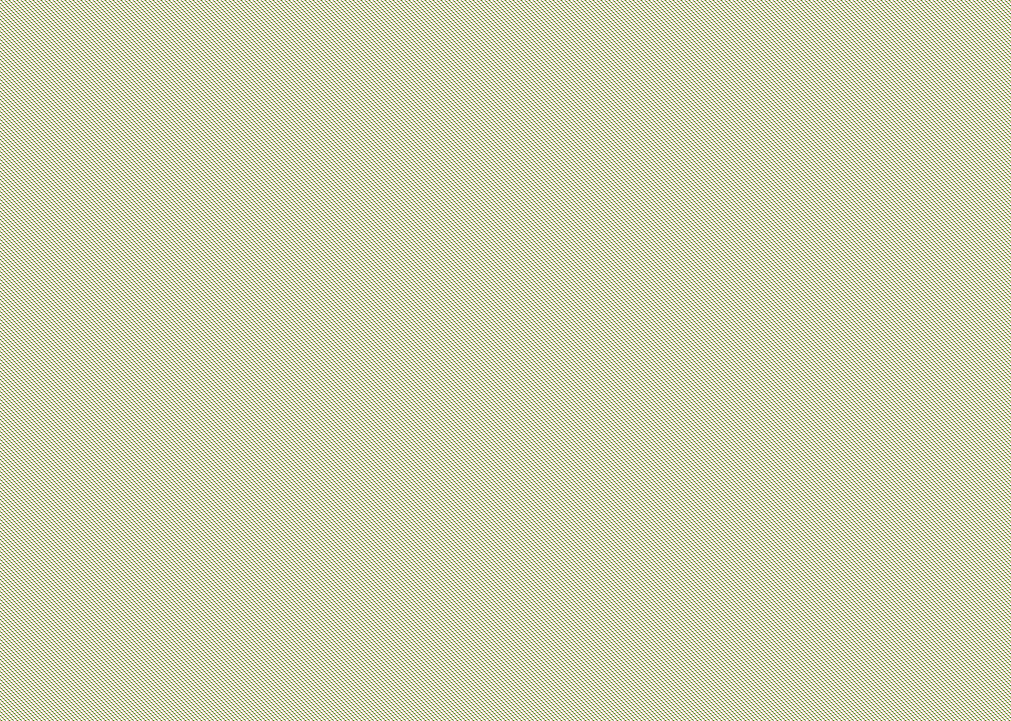
The draw.io diagram images/db_b_eer.png in gekkowrld/misc, before a commit. Source tidied: cells renumbered, new cells last; positions are measured from the earlier drawing's top-left corner, leaving out a move shared by most shapes.
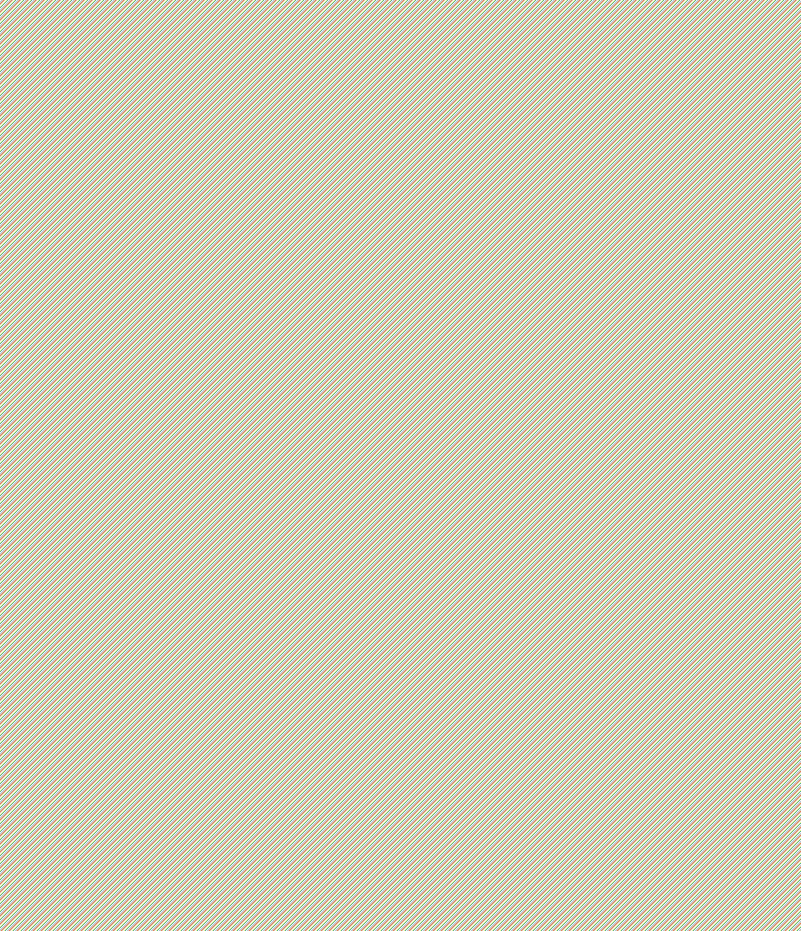
After the change.

The edit, as a diff of the source:
```diff
@@ -2,83 +2,83 @@
   <root>
     <mxCell id="0" />
     <mxCell id="1" parent="0" />
-    <mxCell id="2" value="pontoon" style="whiteSpace=wrap;html=1;align=center;" parent="1" vertex="1">
-      <mxGeometry x="40" y="230" width="100" height="40" as="geometry" />
+    <mxCell id="2" value="pontoon" style="whiteSpace=wrap;html=1;align=center;rounded=0;" parent="1" vertex="1">
+      <mxGeometry x="30" y="20" width="100" height="40" as="geometry" />
     </mxCell>
-    <mxCell id="3" value="skiff" style="whiteSpace=wrap;html=1;align=center;" parent="1" vertex="1">
-      <mxGeometry x="240" y="230" width="100" height="40" as="geometry" />
+    <mxCell id="3" value="skiff" style="whiteSpace=wrap;html=1;align=center;rounded=0;" parent="1" vertex="1">
+      <mxGeometry x="190" y="20" width="100" height="40" as="geometry" />
     </mxCell>
-    <mxCell id="4" value="Jet Ski" style="whiteSpace=wrap;html=1;align=center;" parent="1" vertex="1">
-      <mxGeometry x="530" y="230" width="100" height="40" as="geometry" />
+    <mxCell id="4" value="Jet Ski" style="whiteSpace=wrap;html=1;align=center;rounded=0;" parent="1" vertex="1">
+      <mxGeometry x="390" y="20" width="100" height="40" as="geometry" />
     </mxCell>
-    <mxCell id="5" value="Registration Number" style="ellipse;whiteSpace=wrap;html=1;align=center;" parent="1" vertex="1">
-      <mxGeometry x="340" width="100" height="40" as="geometry" />
+    <mxCell id="5" value="Registration Number" style="ellipse;whiteSpace=wrap;html=1;align=center;rounded=0;" parent="1" vertex="1">
+      <mxGeometry x="230" y="-170" width="100" height="40" as="geometry" />
     </mxCell>
-    <mxCell id="6" value="Capacity" style="ellipse;whiteSpace=wrap;html=1;align=center;" parent="1" vertex="1">
-      <mxGeometry y="360" width="100" height="40" as="geometry" />
+    <mxCell id="6" value="Capacity" style="ellipse;whiteSpace=wrap;html=1;align=center;rounded=0;" parent="1" vertex="1">
+      <mxGeometry x="20" y="190" width="100" height="40" as="geometry" />
     </mxCell>
-    <mxCell id="7" value="Manufacturer" style="ellipse;whiteSpace=wrap;html=1;align=center;" parent="1" vertex="1">
-      <mxGeometry x="190" y="310" width="100" height="40" as="geometry" />
+    <mxCell id="7" value="Manufacturer" style="ellipse;whiteSpace=wrap;html=1;align=center;rounded=0;" parent="1" vertex="1">
+      <mxGeometry x="270" y="130" width="100" height="40" as="geometry" />
     </mxCell>
-    <mxCell id="8" value="Name" style="ellipse;whiteSpace=wrap;html=1;align=center;" parent="1" vertex="1">
-      <mxGeometry x="160" y="20" width="100" height="40" as="geometry" />
+    <mxCell id="8" value="Name" style="ellipse;whiteSpace=wrap;html=1;align=center;rounded=0;" parent="1" vertex="1">
+      <mxGeometry x="20" y="-170" width="100" height="40" as="geometry" />
     </mxCell>
-    <mxCell id="9" value="Age of Jet Ski" style="ellipse;whiteSpace=wrap;html=1;align=center;dashed=1;" parent="1" vertex="1">
-      <mxGeometry x="340" y="290" width="100" height="40" as="geometry" />
+    <mxCell id="9" value="Age of Jet Ski" style="ellipse;whiteSpace=wrap;html=1;align=center;dashed=1;rounded=0;" parent="1" vertex="1">
+      <mxGeometry x="670" y="20" width="100" height="40" as="geometry" />
     </mxCell>
-    <mxCell id="10" value="Equipments" style="shape=ext;margin=3;double=1;whiteSpace=wrap;html=1;align=center;" parent="1" vertex="1">
-      <mxGeometry x="20" y="500" width="100" height="40" as="geometry" />
+    <mxCell id="10" value="Equipments" style="shape=ext;margin=3;double=1;whiteSpace=wrap;html=1;align=center;rounded=0;" parent="1" vertex="1">
+      <mxGeometry x="20" y="310" width="100" height="40" as="geometry" />
     </mxCell>
-    <mxCell id="11" value="Description" style="ellipse;whiteSpace=wrap;html=1;align=center;" parent="1" vertex="1">
-      <mxGeometry x="350" y="630" width="100" height="40" as="geometry" />
+    <mxCell id="11" value="Description" style="ellipse;whiteSpace=wrap;html=1;align=center;rounded=0;" parent="1" vertex="1">
+      <mxGeometry x="180" y="720" width="100" height="40" as="geometry" />
     </mxCell>
-    <mxCell id="12" value="Rental Price" style="ellipse;whiteSpace=wrap;html=1;align=center;" parent="1" vertex="1">
-      <mxGeometry x="340" y="500" width="100" height="40" as="geometry" />
+    <mxCell id="12" value="Rental Price" style="ellipse;whiteSpace=wrap;html=1;align=center;rounded=0;" parent="1" vertex="1">
+      <mxGeometry x="180" y="670" width="100" height="40" as="geometry" />
     </mxCell>
-    <mxCell id="13" value="Map" style="ellipse;shape=doubleEllipse;margin=3;whiteSpace=wrap;html=1;align=center;" parent="1" vertex="1">
-      <mxGeometry x="180" y="620" width="100" height="40" as="geometry" />
+    <mxCell id="13" value="Map" style="ellipse;shape=doubleEllipse;margin=3;whiteSpace=wrap;html=1;align=center;rounded=0;" parent="1" vertex="1">
+      <mxGeometry x="20" y="540" width="100" height="40" as="geometry" />
     </mxCell>
-    <mxCell id="14" value="Net" style="ellipse;shape=doubleEllipse;margin=3;whiteSpace=wrap;html=1;align=center;" parent="1" vertex="1">
-      <mxGeometry y="620" width="100" height="40" as="geometry" />
+    <mxCell id="14" value="Net" style="ellipse;shape=doubleEllipse;margin=3;whiteSpace=wrap;html=1;align=center;rounded=0;" parent="1" vertex="1">
+      <mxGeometry x="20" y="440" width="100" height="40" as="geometry" />
     </mxCell>
-    <mxCell id="15" value="Cutting Board" style="ellipse;shape=doubleEllipse;margin=3;whiteSpace=wrap;html=1;align=center;" parent="1" vertex="1">
-      <mxGeometry x="180" y="680" width="100" height="40" as="geometry" />
+    <mxCell id="15" value="Cutting Board" style="ellipse;shape=doubleEllipse;margin=3;whiteSpace=wrap;html=1;align=center;rounded=0;" parent="1" vertex="1">
+      <mxGeometry x="20" y="640" width="100" height="40" as="geometry" />
     </mxCell>
-    <mxCell id="16" value="Bucket" style="ellipse;shape=doubleEllipse;margin=3;whiteSpace=wrap;html=1;align=center;" parent="1" vertex="1">
-      <mxGeometry x="90" y="440" width="100" height="40" as="geometry" />
+    <mxCell id="16" value="Bucket" style="ellipse;shape=doubleEllipse;margin=3;whiteSpace=wrap;html=1;align=center;rounded=0;" parent="1" vertex="1">
+      <mxGeometry x="180" y="300" width="100" height="40" as="geometry" />
     </mxCell>
-    <mxCell id="17" value="Bait" style="ellipse;shape=doubleEllipse;margin=3;whiteSpace=wrap;html=1;align=center;" parent="1" vertex="1">
-      <mxGeometry y="680" width="100" height="40" as="geometry" />
+    <mxCell id="17" value="Bait" style="ellipse;shape=doubleEllipse;margin=3;whiteSpace=wrap;html=1;align=center;rounded=0;" parent="1" vertex="1">
+      <mxGeometry x="20" y="490" width="100" height="40" as="geometry" />
     </mxCell>
-    <mxCell id="18" value="Rod Rentals" style="ellipse;shape=doubleEllipse;margin=3;whiteSpace=wrap;html=1;align=center;" parent="1" vertex="1">
-      <mxGeometry y="550" width="100" height="40" as="geometry" />
+    <mxCell id="18" value="Rod Rentals" style="ellipse;shape=doubleEllipse;margin=3;whiteSpace=wrap;html=1;align=center;rounded=0;" parent="1" vertex="1">
+      <mxGeometry x="20" y="390" width="100" height="40" as="geometry" />
     </mxCell>
-    <mxCell id="19" value="Anchor" style="ellipse;shape=doubleEllipse;margin=3;whiteSpace=wrap;html=1;align=center;" parent="1" vertex="1">
-      <mxGeometry x="180" y="530" width="100" height="40" as="geometry" />
+    <mxCell id="19" value="Anchor" style="ellipse;shape=doubleEllipse;margin=3;whiteSpace=wrap;html=1;align=center;rounded=0;" parent="1" vertex="1">
+      <mxGeometry x="180" y="400" width="100" height="40" as="geometry" />
     </mxCell>
-    <mxCell id="20" value="Customer" style="whiteSpace=wrap;html=1;align=center;" parent="1" vertex="1">
+    <mxCell id="20" value="Customer" style="whiteSpace=wrap;html=1;align=center;rounded=0;" parent="1" vertex="1">
       <mxGeometry x="650" y="590" width="100" height="40" as="geometry" />
     </mxCell>
-    <mxCell id="21" value="Date of rental" style="ellipse;whiteSpace=wrap;html=1;align=center;" parent="1" vertex="1">
-      <mxGeometry x="500" y="670" width="100" height="40" as="geometry" />
+    <mxCell id="21" value="Date of rental" style="ellipse;whiteSpace=wrap;html=1;align=center;rounded=0;" parent="1" vertex="1">
+      <mxGeometry x="440" y="400" width="100" height="40" as="geometry" />
     </mxCell>
-    <mxCell id="22" value="Overall Charge" style="ellipse;whiteSpace=wrap;html=1;align=center;" parent="1" vertex="1">
-      <mxGeometry x="500" y="530" width="100" height="40" as="geometry" />
+    <mxCell id="22" value="Overall Charge" style="ellipse;whiteSpace=wrap;html=1;align=center;rounded=0;" parent="1" vertex="1">
+      <mxGeometry x="500" y="140" width="100" height="40" as="geometry" />
     </mxCell>
-    <mxCell id="23" value="Customer Name" style="ellipse;shape=doubleEllipse;margin=3;whiteSpace=wrap;html=1;align=center;" parent="1" vertex="1">
-      <mxGeometry x="650" y="500" width="100" height="40" as="geometry" />
+    <mxCell id="23" value="Customer Name" style="ellipse;shape=doubleEllipse;margin=3;whiteSpace=wrap;html=1;align=center;rounded=0;" parent="1" vertex="1">
+      <mxGeometry x="540" y="370" width="100" height="40" as="geometry" />
     </mxCell>
-    <mxCell id="24" value="First Name" style="ellipse;whiteSpace=wrap;html=1;align=center;" parent="1" vertex="1">
-      <mxGeometry x="700" y="450" width="100" height="40" as="geometry" />
+    <mxCell id="24" value="First Name" style="ellipse;whiteSpace=wrap;html=1;align=center;rounded=0;" parent="1" vertex="1">
+      <mxGeometry x="540" y="450" width="100" height="40" as="geometry" />
     </mxCell>
-    <mxCell id="25" value="Last Name" style="ellipse;whiteSpace=wrap;html=1;align=center;" parent="1" vertex="1">
-      <mxGeometry x="530" y="450" width="100" height="40" as="geometry" />
+    <mxCell id="25" value="Last Name" style="ellipse;whiteSpace=wrap;html=1;align=center;rounded=0;" parent="1" vertex="1">
+      <mxGeometry x="490" y="300" width="100" height="40" as="geometry" />
     </mxCell>
-    <mxCell id="26" value="Amount of Sale" style="ellipse;whiteSpace=wrap;html=1;align=center;" parent="1" vertex="1">
-      <mxGeometry x="690" y="190" width="100" height="40" as="geometry" />
+    <mxCell id="26" value="Amount of Sale" style="ellipse;whiteSpace=wrap;html=1;align=center;rounded=0;" parent="1" vertex="1">
+      <mxGeometry x="490" y="70" width="100" height="40" as="geometry" />
     </mxCell>
-    <mxCell id="27" value="Date of Sale" style="ellipse;whiteSpace=wrap;html=1;align=center;" parent="1" vertex="1">
-      <mxGeometry x="910" y="520" width="100" height="40" as="geometry" />
+    <mxCell id="27" value="Date of Sale" style="ellipse;whiteSpace=wrap;html=1;align=center;rounded=0;" parent="1" vertex="1">
+      <mxGeometry x="710" y="70" width="100" height="40" as="geometry" />
     </mxCell>
     <mxCell id="28" style="edgeStyle=entityRelationEdgeStyle;fontSize=12;html=1;endArrow=ERzeroToOne;startArrow=ERmandOne;rounded=0;" parent="1" edge="1" source="2" target="8">
       <mxGeometry relative="1" as="geometry" />
@@ -116,14 +116,14 @@
     <mxCell id="37" style="edgeStyle=entityRelationEdgeStyle;fontSize=12;html=1;endArrow=ERone;endFill=1;rounded=0;" parent="1" edge="1" source="6" target="2">
       <mxGeometry relative="1" as="geometry" />
     </mxCell>
-    <mxCell id="38" value="Length" style="ellipse;whiteSpace=wrap;html=1;align=center;" parent="1" vertex="1">
-      <mxGeometry x="10" y="300" width="100" height="40" as="geometry" />
+    <mxCell id="38" value="Length" style="ellipse;whiteSpace=wrap;html=1;align=center;rounded=0;" parent="1" vertex="1">
+      <mxGeometry x="10" y="130" width="100" height="40" as="geometry" />
     </mxCell>
     <mxCell id="39" style="edgeStyle=entityRelationEdgeStyle;fontSize=12;html=1;endArrow=ERzeroToMany;startArrow=ERmandOne;rounded=0;" parent="1" edge="1" source="4" target="40">
       <mxGeometry relative="1" as="geometry" />
     </mxCell>
-    <mxCell id="40" value="Jet Ski Type" style="ellipse;shape=doubleEllipse;margin=3;whiteSpace=wrap;html=1;align=center;" parent="1" vertex="1">
-      <mxGeometry x="460" y="300" width="100" height="40" as="geometry" />
+    <mxCell id="40" value="Jet Ski Type" style="ellipse;shape=doubleEllipse;margin=3;whiteSpace=wrap;html=1;align=center;rounded=0;" parent="1" vertex="1">
+      <mxGeometry x="550" y="-10" width="100" height="40" as="geometry" />
     </mxCell>
     <mxCell id="41" style="edgeStyle=entityRelationEdgeStyle;fontSize=12;html=1;endArrow=ERmandOne;startArrow=ERmandOne;rounded=0;" parent="1" edge="1" source="9" target="4">
       <mxGeometry relative="1" as="geometry" />
@@ -146,8 +146,8 @@
     <mxCell id="47" style="edgeStyle=orthogonalEdgeStyle;rounded=0;jettySize=auto;html=1;" parent="1" edge="1" source="48" target="10">
       <mxGeometry relative="1" as="geometry" />
     </mxCell>
-    <mxCell id="48" value="Fishing" style="shape=ext;margin=3;double=1;whiteSpace=wrap;html=1;align=center;" parent="1" vertex="1">
-      <mxGeometry x="210" y="410" width="100" height="40" as="geometry" />
+    <mxCell id="48" value="Fishing" style="shape=ext;margin=3;double=1;whiteSpace=wrap;html=1;align=center;rounded=0;" parent="1" vertex="1">
+      <mxGeometry x="190" y="250" width="100" height="40" as="geometry" />
     </mxCell>
     <mxCell id="49" style="edgeStyle=entityRelationEdgeStyle;fontSize=12;html=1;endArrow=ERzeroToMany;startArrow=ERzeroToOne;rounded=0;" parent="1" edge="1" source="10" target="19">
       <mxGeometry relative="1" as="geometry" />
@@ -182,8 +182,8 @@
     <mxCell id="59" style="edgeStyle=orthogonalEdgeStyle;rounded=0;jettySize=auto;html=1;" parent="1" edge="1" source="60" target="2">
       <mxGeometry relative="1" as="geometry" />
     </mxCell>
-    <mxCell id="60" value="Rental" style="shape=ext;margin=3;double=1;whiteSpace=wrap;html=1;align=center;" parent="1" vertex="1">
-      <mxGeometry x="340" y="370" width="100" height="40" as="geometry" />
+    <mxCell id="60" value="Rental" style="shape=ext;margin=3;double=1;whiteSpace=wrap;html=1;align=center;rounded=0;" parent="1" vertex="1">
+      <mxGeometry x="320" y="190" width="100" height="40" as="geometry" />
     </mxCell>
     <mxCell id="61" style="edgeStyle=entityRelationEdgeStyle;fontSize=12;html=1;endArrow=ERmandOne;startArrow=ERmandOne;rounded=0;" parent="1" edge="1" source="22" target="60">
       <mxGeometry relative="1" as="geometry" />
@@ -191,8 +191,8 @@
     <mxCell id="62" style="edgeStyle=orthogonalEdgeStyle;rounded=0;jettySize=auto;html=1;" parent="1" edge="1" source="63" target="4">
       <mxGeometry relative="1" as="geometry" />
     </mxCell>
-    <mxCell id="63" value="Sell" style="shape=ext;margin=3;double=1;whiteSpace=wrap;html=1;align=center;" parent="1" vertex="1">
-      <mxGeometry x="720" y="370" width="100" height="40" as="geometry" />
+    <mxCell id="63" value="Sell" style="shape=ext;margin=3;double=1;whiteSpace=wrap;html=1;align=center;rounded=0;" parent="1" vertex="1">
+      <mxGeometry x="570" y="220" width="100" height="40" as="geometry" />
     </mxCell>
     <mxCell id="64" style="edgeStyle=entityRelationEdgeStyle;fontSize=12;html=1;endArrow=ERmandOne;startArrow=ERmandOne;rounded=0;" parent="1" edge="1" source="63" target="26">
       <mxGeometry relative="1" as="geometry" />
@@ -248,14 +248,14 @@
     <mxCell id="81" style="edgeStyle=entityRelationEdgeStyle;fontSize=12;html=1;endArrow=ERmandOne;startArrow=ERmandOne;rounded=0;" parent="1" edge="1" source="15" target="11">
       <mxGeometry relative="1" as="geometry" />
     </mxCell>
-    <mxCell id="82" value="Cell Phone Number" style="ellipse;whiteSpace=wrap;html=1;align=center;" parent="1" vertex="1">
-      <mxGeometry x="840" y="630" width="100" height="40" as="geometry" />
+    <mxCell id="82" value="Cell Phone Number" style="ellipse;whiteSpace=wrap;html=1;align=center;rounded=0;" parent="1" vertex="1">
+      <mxGeometry x="460" y="510" width="100" height="40" as="geometry" />
     </mxCell>
     <mxCell id="83" style="edgeStyle=entityRelationEdgeStyle;fontSize=12;html=1;endArrow=ERmandOne;startArrow=ERmandOne;rounded=0;" parent="1" edge="1" source="20" target="82">
       <mxGeometry relative="1" as="geometry" />
     </mxCell>
-    <mxCell id="84" value="Boat Safety Certificate ID" style="ellipse;whiteSpace=wrap;html=1;align=center;" parent="1" vertex="1">
-      <mxGeometry x="690" y="680" width="100" height="40" as="geometry" />
+    <mxCell id="84" value="Boat Safety Certificate ID" style="ellipse;whiteSpace=wrap;html=1;align=center;rounded=0;" parent="1" vertex="1">
+      <mxGeometry x="520" y="650" width="100" height="40" as="geometry" />
     </mxCell>
     <mxCell id="85" style="edgeStyle=entityRelationEdgeStyle;fontSize=12;html=1;endArrow=ERmandOne;startArrow=ERmandOne;rounded=0;" parent="1" edge="1" source="20" target="84">
       <mxGeometry relative="1" as="geometry" />
@@ -263,22 +263,22 @@
     <mxCell id="86" style="endArrow=none;html=1;rounded=0;dashed=1;dashPattern=1 2;" parent="1" edge="1" source="4" target="88">
       <mxGeometry relative="1" as="geometry" />
     </mxCell>
-    <mxCell id="87" value="N" style="html=1;whiteSpace=wrap;align=right;verticalAlign=bottom;" parent="86" vertex="1">
+    <mxCell id="87" value="N" style="html=1;whiteSpace=wrap;align=right;verticalAlign=bottom;rounded=0;" parent="86" vertex="1">
       <mxGeometry x="1" relative="1" as="geometry" />
     </mxCell>
-    <mxCell id="88" value="Flare Gun" style="ellipse;whiteSpace=wrap;html=1;align=center;" parent="1" vertex="1">
-      <mxGeometry x="530" y="90" width="100" height="40" as="geometry" />
+    <mxCell id="88" value="Flare Gun" style="ellipse;whiteSpace=wrap;html=1;align=center;rounded=0;" parent="1" vertex="1">
+      <mxGeometry x="420" y="-170" width="100" height="40" as="geometry" />
     </mxCell>
     <mxCell id="89" style="endArrow=none;html=1;rounded=0;dashed=1;dashPattern=1 2;" parent="1" edge="1" source="3" target="88">
       <mxGeometry relative="1" as="geometry" />
     </mxCell>
-    <mxCell id="90" style="html=1;whiteSpace=wrap;align=right;verticalAlign=bottom;" parent="89" vertex="1">
+    <mxCell id="90" style="html=1;whiteSpace=wrap;align=right;verticalAlign=bottom;rounded=0;" parent="89" vertex="1">
       <mxGeometry x="1" relative="1" as="geometry" />
     </mxCell>
     <mxCell id="91" style="endArrow=none;html=1;rounded=0;dashed=1;dashPattern=1 2;" parent="1" edge="1" source="2" target="88">
       <mxGeometry relative="1" as="geometry" />
     </mxCell>
-    <mxCell id="92" style="html=1;whiteSpace=wrap;align=right;verticalAlign=bottom;" parent="91" vertex="1">
+    <mxCell id="92" style="html=1;whiteSpace=wrap;align=right;verticalAlign=bottom;rounded=0;" parent="91" vertex="1">
       <mxGeometry x="1" relative="1" as="geometry" />
     </mxCell>
   </root>
```
